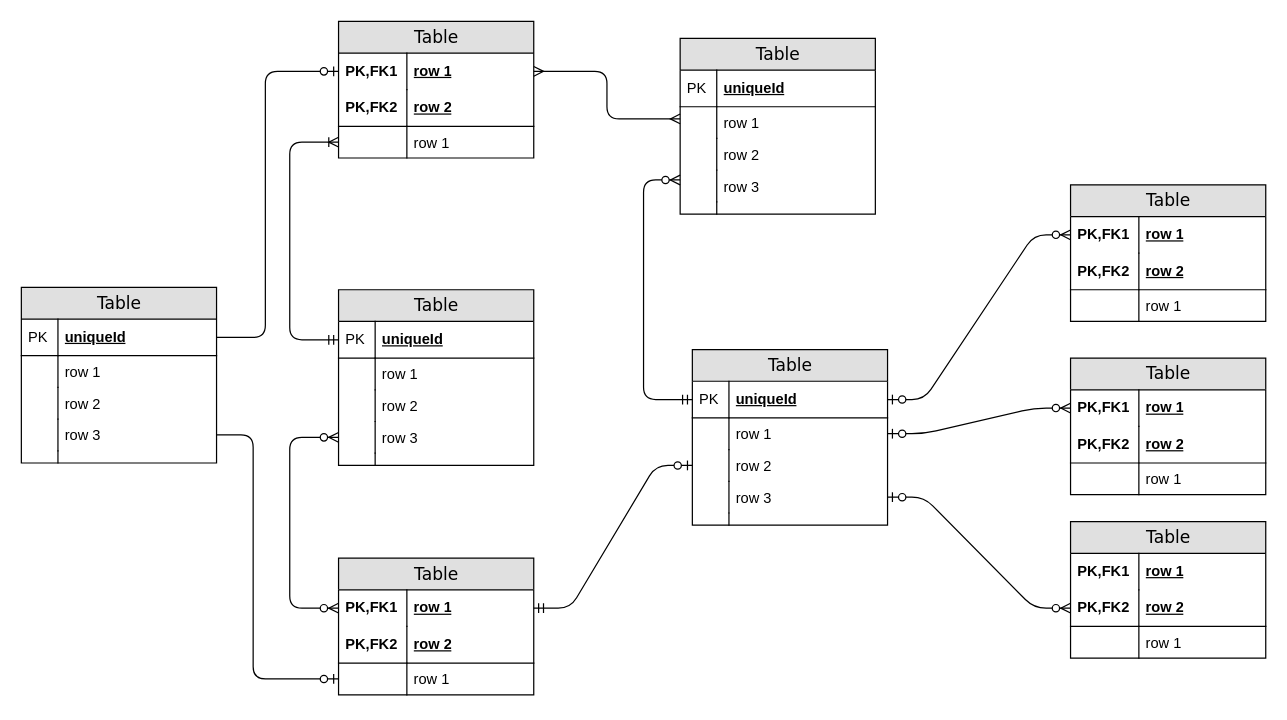
This is Untitled Diagram.drawio from carlota-castro/DataManagement, a draw.io file, before an edit. Source tidied: cells renumbered, new cells numbered last; positions are measured from the earlier drawing's top-left corner, leaving out a move shared by most shapes. Both pictures are drawn from the tidied source at 122%, with x=0, y=0 at pixel (21, 21).
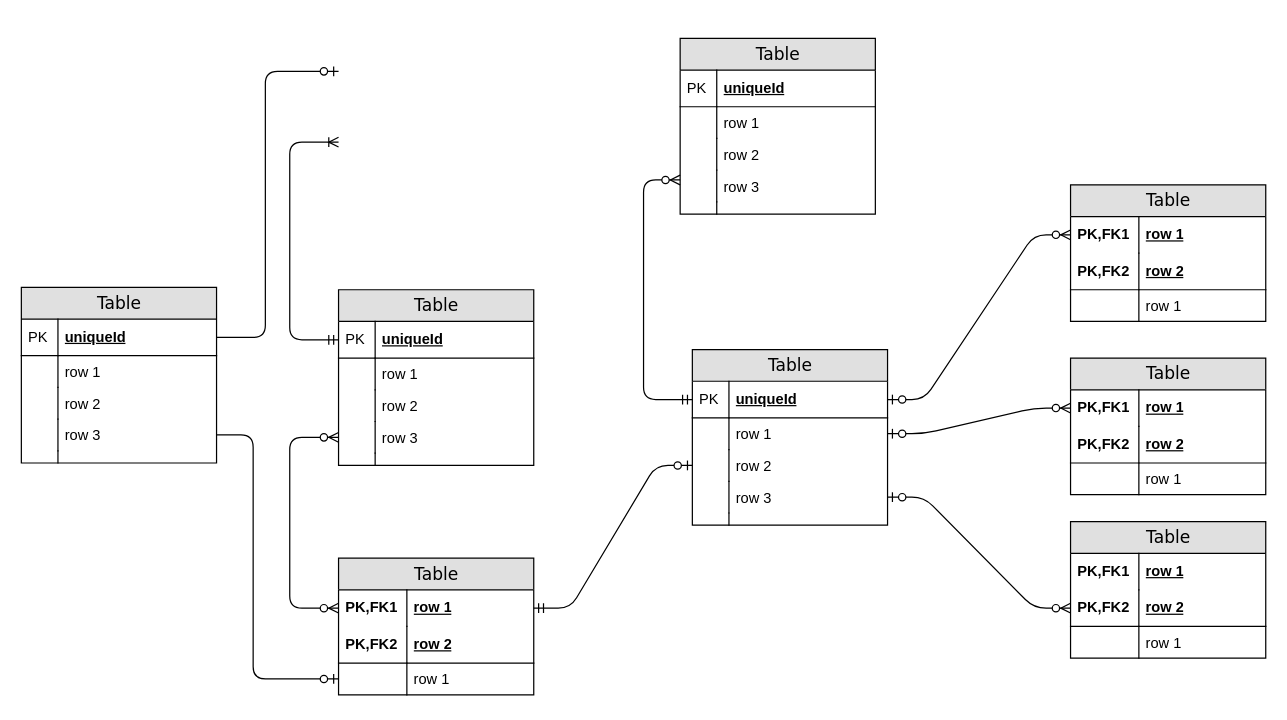
Above is the later version.

Unchanged cells that the change refers to:
```xml
<mxCell id="12" value="row 1" style="shape=partialRectangle;top=0;left=0;right=0;bottom=0;html=1;align=left;verticalAlign=top;fillColor=none;spacingLeft=34;spacingRight=4;whiteSpace=wrap;overflow=hidden;points=[[0,0.5],[1,0.5]];portConstraint=eastwest;" parent="9" vertex="1">
  <mxGeometry y="56" width="160" height="26" as="geometry" />
</mxCell>
<mxCell id="21" value="uniqueId" style="shape=partialRectangle;top=0;left=0;right=0;bottom=1;html=1;align=left;verticalAlign=middle;fillColor=none;spacingLeft=34;spacingRight=4;whiteSpace=wrap;overflow=hidden;points=[[0,0.5],[1,0.5]];portConstraint=eastwest;fontStyle=5;" parent="20" vertex="1">
  <mxGeometry y="26" width="160" height="30" as="geometry" />
</mxCell>
<mxCell id="79" value="uniqueId" style="shape=partialRectangle;top=0;left=0;right=0;bottom=1;html=1;align=left;verticalAlign=middle;fillColor=none;spacingLeft=34;spacingRight=4;whiteSpace=wrap;overflow=hidden;points=[[0,0.5],[1,0.5]];portConstraint=eastwest;fontStyle=5;" parent="78" vertex="1">
  <mxGeometry y="26" width="160" height="30" as="geometry" />
</mxCell>
```

Diff of the diagram source:
```diff
@@
-    <mxCell id="2" value="Table" style="swimlane;html=1;fontStyle=0;horizontal=1;startSize=26;fillColor=#e0e0e0;swimlaneFillColor=#ffffff;align=center;rounded=0;shadow=0;comic=0;labelBackgroundColor=none;strokeWidth=1;fontFamily=Verdana;fontSize=14;" parent="1" vertex="1">
-      <mxGeometry x="260" width="160" height="112" as="geometry" />
-    </mxCell>
-    <mxCell id="3" value="row 1" style="shape=partialRectangle;top=0;left=0;right=0;bottom=0;html=1;align=left;verticalAlign=middle;fillColor=none;spacingLeft=60;spacingRight=4;whiteSpace=wrap;overflow=hidden;points=[[0,0.5],[1,0.5]];portConstraint=eastwest;fontStyle=5;" parent="2" vertex="1">
-      <mxGeometry y="26" width="160" height="30" as="geometry" />
-    </mxCell>
-    <mxCell id="4" value="PK,FK1" style="shape=partialRectangle;fontStyle=1;top=0;left=0;bottom=0;html=1;fillColor=none;align=left;verticalAlign=middle;spacingLeft=4;spacingRight=4;whiteSpace=wrap;overflow=hidden;" parent="3" vertex="1">
-      <mxGeometry width="56" height="30" as="geometry" />
-    </mxCell>
-    <mxCell id="5" value="row 2" style="shape=partialRectangle;top=0;left=0;right=0;bottom=1;html=1;align=left;verticalAlign=middle;fillColor=none;spacingLeft=60;spacingRight=4;whiteSpace=wrap;overflow=hidden;fontStyle=5;" parent="2" vertex="1">
-      <mxGeometry y="56" width="160" height="30" as="geometry" />
-    </mxCell>
-    <mxCell id="6" value="PK,FK2" style="shape=partialRectangle;fontStyle=1;top=0;left=0;bottom=0;html=1;fillColor=none;align=left;verticalAlign=middle;spacingLeft=4;spacingRight=4;whiteSpace=wrap;overflow=hidden;" parent="5" vertex="1">
-      <mxGeometry width="56" height="30" as="geometry" />
-    </mxCell>
-    <mxCell id="7" value="row 1" style="shape=partialRectangle;top=0;left=0;right=0;bottom=0;html=1;align=left;verticalAlign=top;fillColor=none;spacingLeft=60;spacingRight=4;whiteSpace=wrap;overflow=hidden;points=[[0,0.5],[1,0.5]];portConstraint=eastwest;" parent="2" vertex="1">
-      <mxGeometry y="86" width="160" height="26" as="geometry" />
-    </mxCell>
-    <mxCell id="8" style="shape=partialRectangle;top=0;left=0;bottom=0;html=1;fillColor=none;align=left;verticalAlign=top;spacingLeft=4;spacingRight=4;whiteSpace=wrap;overflow=hidden;" parent="7" vertex="1">
-      <mxGeometry width="56" height="26" as="geometry" />
-    </mxCell>
@@
-    <mxCell id="56" style="edgeStyle=orthogonalEdgeStyle;html=1;endArrow=ERoneToMany;startArrow=ERmandOne;labelBackgroundColor=none;fontFamily=Verdana;fontSize=14;entryX=0;entryY=0.5;exitX=0;exitY=0.5;" parent="1" edge="1" source="21" target="7">
+    <mxCell id="56" style="edgeStyle=orthogonalEdgeStyle;html=1;endArrow=ERoneToMany;startArrow=ERmandOne;labelBackgroundColor=none;fontFamily=Verdana;fontSize=14;entryX=0;entryY=0.5;exitX=0;exitY=0.5;" parent="1" edge="1" source="21">
       <mxGeometry relative="1" as="geometry">
+        <mxPoint x="260" y="99" as="targetPoint" />
         <Array as="points">
           <mxPoint x="220" y="261" />
           <mxPoint x="220" y="99" />
         </Array>
       </mxGeometry>
     </mxCell>
@@
-    <mxCell id="58" style="edgeStyle=orthogonalEdgeStyle;html=1;endArrow=ERmany;startArrow=ERmany;labelBackgroundColor=none;fontFamily=Verdana;fontSize=14;entryX=1;entryY=0.5;exitX=0;exitY=0.383;exitPerimeter=0;" parent="1" edge="1" source="12" target="3">
-      <mxGeometry relative="1" as="geometry">
-        <Array as="points">
-          <mxPoint x="480" y="80" />
-          <mxPoint x="480" y="41" />
-        </Array>
-      </mxGeometry>
-    </mxCell>
@@
-    <mxCell id="89" style="edgeStyle=orthogonalEdgeStyle;html=1;endArrow=ERzeroToOne;endFill=1;labelBackgroundColor=none;fontFamily=Verdana;fontSize=14;entryX=0;entryY=0.5;exitX=1;exitY=0.5;" parent="1" edge="1" source="79" target="3">
+    <mxCell id="89" style="edgeStyle=orthogonalEdgeStyle;html=1;endArrow=ERzeroToOne;endFill=1;labelBackgroundColor=none;fontFamily=Verdana;fontSize=14;entryX=0;entryY=0.5;exitX=1;exitY=0.5;" parent="1" edge="1" source="79">
       <mxGeometry relative="1" as="geometry">
+        <mxPoint x="260" y="41" as="targetPoint" />
         <Array as="points">
           <mxPoint x="200" y="259" />
           <mxPoint x="200" y="41" />
         </Array>
       </mxGeometry>
     </mxCell>
```
